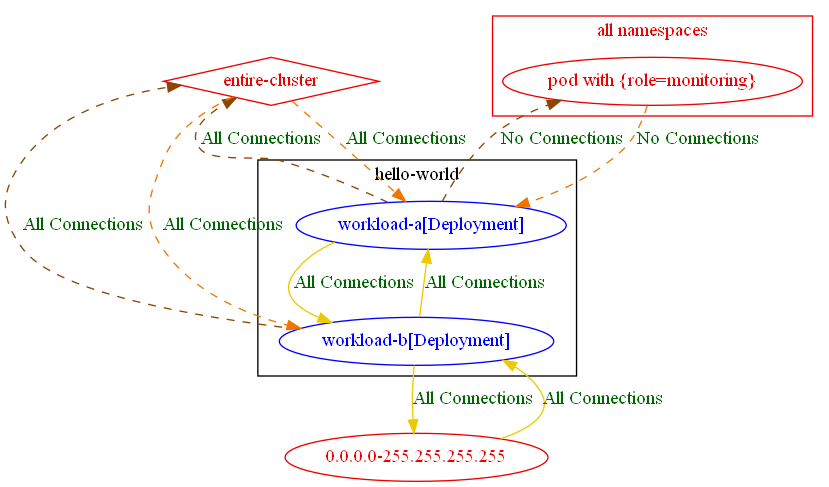
This is test_outputs/connlist/exposure_test_with_anp_16_exposure_output.dot.png from np-guard/netpol-analyzer, a Graphviz export, as it was before one commit. Its source is kept beside it as test_outputs/connlist/exposure_test_with_anp_16_exposure_output.dot.
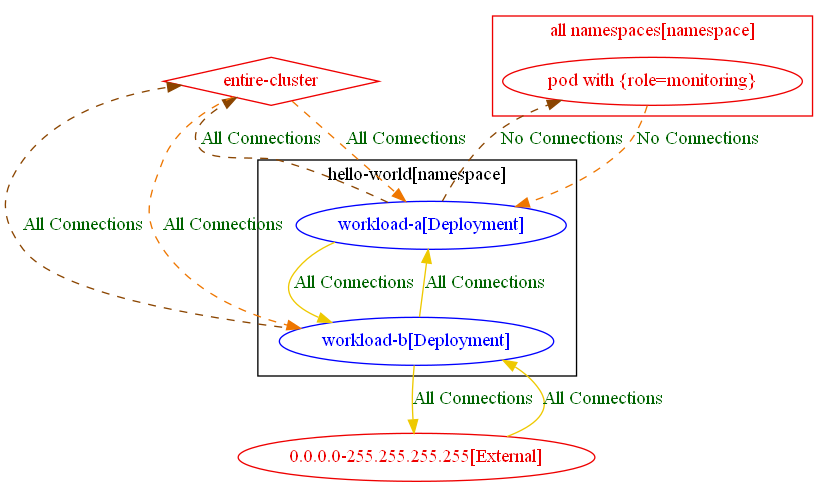
Above is the later version.

What changed in the source:
```diff
@@ -1,26 +1,26 @@
 digraph {
-	subgraph "cluster_hello_world" {
+	subgraph "cluster_hello_world[namespace]" {
 		color="black"
 		fontcolor="black"
 		"hello-world/workload-a[Deployment]" [label="workload-a[Deployment]" color="blue" fontcolor="blue"]
 		"hello-world/workload-b[Deployment]" [label="workload-b[Deployment]" color="blue" fontcolor="blue"]
-		label="hello-world"
+		label="hello-world[namespace]"
 	}
-	subgraph "cluster_all namespaces" {
+	subgraph "cluster_all namespaces[namespace]" {
 		color="red2"
 		fontcolor="red2"
 		"pod with {role=monitoring}_in_all namespaces" [label="pod with {role=monitoring}" color="red2" fontcolor="red2"]
-		label="all namespaces"
+		label="all namespaces[namespace]"
 	}
-	"0.0.0.0-255.255.255.255" [label="0.0.0.0-255.255.255.255" color="red2" fontcolor="red2"]
+	"0.0.0.0-255.255.255.255[External]" [label="0.0.0.0-255.255.255.255[External]" color="red2" fontcolor="red2"]
 	"entire-cluster" [label="entire-cluster" color="red2" fontcolor="red2" shape=diamond]
-	"0.0.0.0-255.255.255.255" -> "hello-world/workload-b[Deployment]" [label="All Connections" color="gold2" fontcolor="darkgreen" weight=0.5]
+	"0.0.0.0-255.255.255.255[External]" -> "hello-world/workload-b[Deployment]" [label="All Connections" color="gold2" fontcolor="darkgreen" weight=0.5]
 	"entire-cluster" -> "hello-world/workload-a[Deployment]" [label="All Connections" color="darkorange2" fontcolor="darkgreen" weight=1 style=dashed]
 	"entire-cluster" -> "hello-world/workload-b[Deployment]" [label="All Connections" color="darkorange2" fontcolor="darkgreen" weight=1 style=dashed]
 	"hello-world/workload-a[Deployment]" -> "entire-cluster" [label="All Connections" color="darkorange4" fontcolor="darkgreen" weight=0.5 style=dashed]
 	"hello-world/workload-a[Deployment]" -> "hello-world/workload-b[Deployment]" [label="All Connections" color="gold2" fontcolor="darkgreen" weight=0.5]
 	"hello-world/workload-a[Deployment]" -> "pod with {role=monitoring}_in_all namespaces" [label="No Connections" color="darkorange4" fontcolor="darkgreen" weight=0.5 style=dashed]
-	"hello-world/workload-b[Deployment]" -> "0.0.0.0-255.255.255.255" [label="All Connections" color="gold2" fontcolor="darkgreen" weight=1]
+	"hello-world/workload-b[Deployment]" -> "0.0.0.0-255.255.255.255[External]" [label="All Connections" color="gold2" fontcolor="darkgreen" weight=1]
 	"hello-world/workload-b[Deployment]" -> "entire-cluster" [label="All Connections" color="darkorange4" fontcolor="darkgreen" weight=0.5 style=dashed]
 	"hello-world/workload-b[Deployment]" -> "hello-world/workload-a[Deployment]" [label="All Connections" color="gold2" fontcolor="darkgreen" weight=1]
 	"pod with {role=monitoring}_in_all namespaces" -> "hello-world/workload-a[Deployment]" [label="No Connections" color="darkorange2" fontcolor="darkgreen" weight=1 style=dashed]
```
